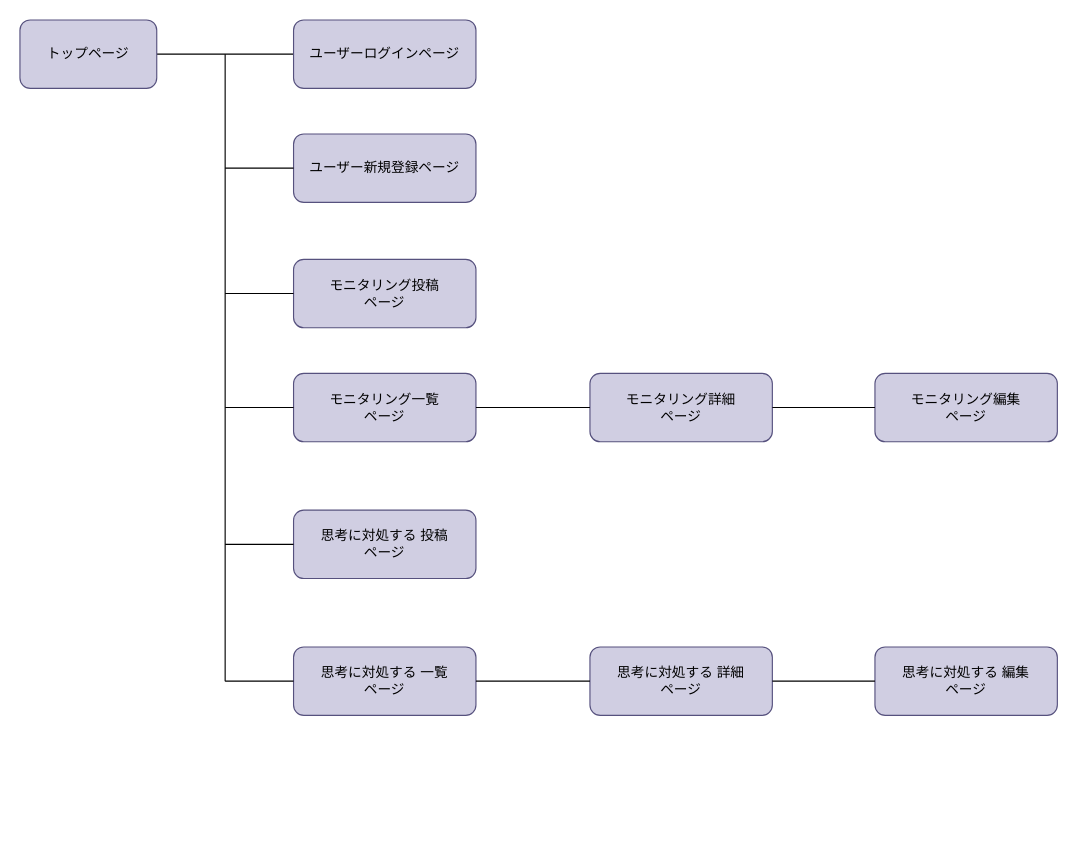
This is 画面遷移図.dio from iguanakun/mental-app, a draw.io file, before an edit. Source tidied: cells renumbered, new cells numbered last; positions are measured from the earlier drawing's top-left corner, leaving out a move shared by most shapes. Both pictures are drawn from the tidied source at 114%, with x=0, y=0 at pixel (19, 19).
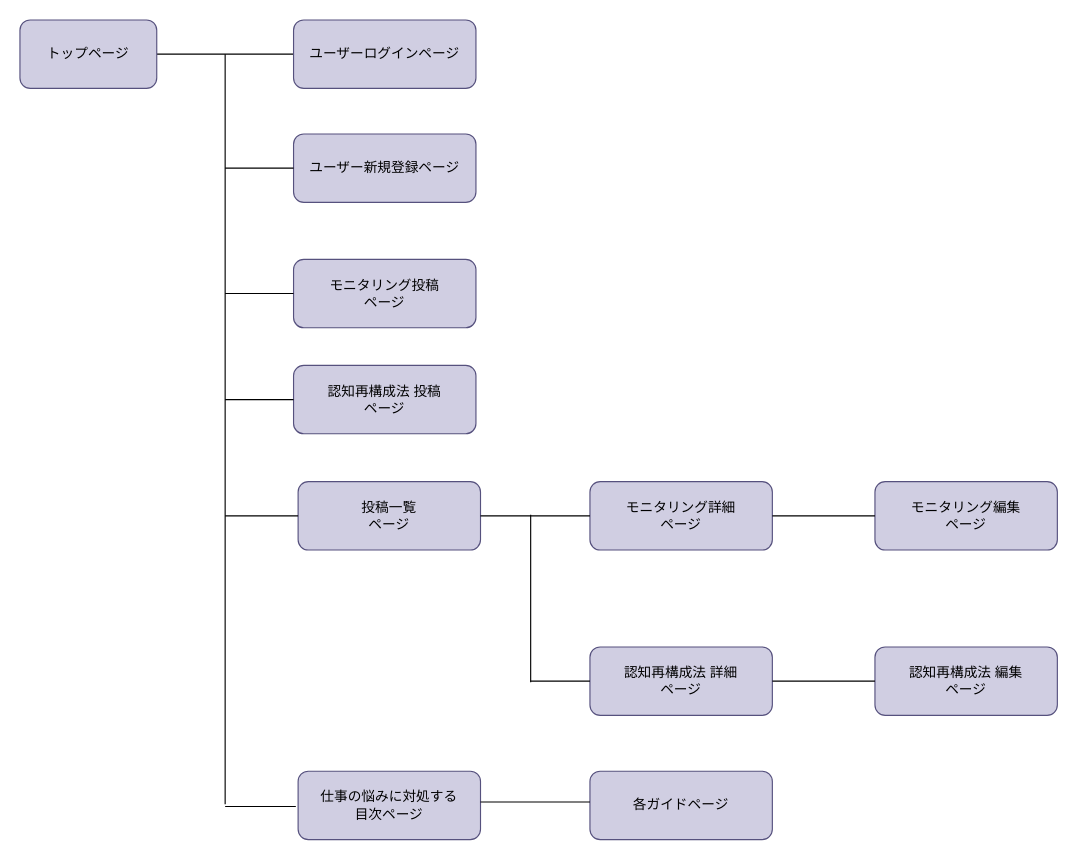
After the change.

Commit message (it also covers changes not shown here):
画面遷移図

Diff of the diagram source:
```diff
@@
-    <mxCell id="7" value="&lt;font color=&quot;#000000&quot;&gt;モニタリング一覧&lt;/font&gt;&lt;font color=&quot;#000000&quot;&gt;&lt;br&gt;ページ&lt;/font&gt;" style="rounded=1;whiteSpace=wrap;html=1;fillColor=#d0cee2;strokeColor=#56517e;" parent="1" vertex="1">
-      <mxGeometry x="240" y="310" width="160" height="60" as="geometry" />
+    <mxCell id="7" value="&lt;font color=&quot;#000000&quot;&gt;投稿一覧&lt;/font&gt;&lt;font color=&quot;#000000&quot;&gt;&lt;br&gt;ページ&lt;/font&gt;" style="rounded=1;whiteSpace=wrap;html=1;fillColor=#d0cee2;strokeColor=#56517e;" parent="1" vertex="1">
+      <mxGeometry x="244" y="405" width="160" height="60" as="geometry" />
     </mxCell>
     <mxCell id="8" value="&lt;font color=&quot;#000000&quot;&gt;モニタリング詳細&lt;/font&gt;&lt;span style=&quot;color: rgba(0, 0, 0, 0); font-family: monospace; font-size: 0px; text-align: start;&quot;&gt;%3CmxGraphModel%3E%3Croot%3E%3CmxCell%20id%3D%220%22%2F%3E%3CmxCell%20id%3D%221%22%20parent%3D%220%22%2F%3E%3CmxCell%20id%3D%222%22%20value%3D%22%26lt%3Bfont%20color%3D%26quot%3B%23000000%26quot%3B%26gt%3B%E3%83%A6%E3%83%BC%E3%82%B6%E3%83%BC%E6%96%B0%E8%A6%8F%E7%99%BB%E9%8C%B2%E3%83%9A%E3%83%BC%E3%82%B8%26lt%3B%2Ffont%26gt%3B%22%20style%3D%22rounded%3D1%3BwhiteSpace%3Dwrap%3Bhtml%3D1%3BfillColor%3D%23d0cee2%3BstrokeColor%3D%2356517e%3B%22%20vertex%3D%221%22%20parent%3D%221%22%3E%3CmxGeometry%20x%3D%22310%22%20y%3D%22160%22%20width%3D%22160%22%20height%3D%2260%22%20as%3D%22geometry%22%2F%3E%3C%2FmxCell%3E%3C%2Froot%3E%3C%2FmxGraphModel%3E完了&lt;br&gt;&lt;/span&gt;&lt;font color=&quot;#000000&quot;&gt;ページ&lt;/font&gt;" style="rounded=1;whiteSpace=wrap;html=1;fillColor=#d0cee2;strokeColor=#56517e;" parent="1" vertex="1">
-      <mxGeometry x="500" y="310" width="160" height="60" as="geometry" />
+      <mxGeometry x="500" y="405" width="160" height="60" as="geometry" />
     </mxCell>
     <mxCell id="9" value="&lt;font color=&quot;#000000&quot;&gt;モニタリング編集&lt;/font&gt;&lt;span style=&quot;color: rgba(0, 0, 0, 0); font-family: monospace; font-size: 0px; text-align: start;&quot;&gt;%3CmxGraphModel%3E%3Croot%3E%3CmxCell%20id%3D%220%22%2F%3E%3CmxCell%20id%3D%221%22%20parent%3D%220%22%2F%3E%3CmxCell%20id%3D%222%22%20value%3D%22%26lt%3Bfont%20color%3D%26quot%3B%23000000%26quot%3B%26gt%3B%E3%83%A6%E3%83%BC%E3%82%B6%E3%83%BC%E6%96%B0%E8%A6%8F%E7%99%BB%E9%8C%B2%E3%83%9A%E3%83%BC%E3%82%B8%26lt%3B%2Ffont%26gt%3B%22%20style%3D%22rounded%3D1%3BwhiteSpace%3Dwrap%3Bhtml%3D1%3BfillColor%3D%23d0cee2%3BstrokeColor%3D%2356517e%3B%22%20vertex%3D%221%22%20parent%3D%221%22%3E%3CmxGeometry%20x%3D%22310%22%20y%3D%22160%22%20width%3D%22160%22%20height%3D%2260%22%20as%3D%22geometry%22%2F%3E%3C%2FmxCell%3E%3C%2Froot%3E%3C%2FmxGraphModel%3E完了&lt;br&gt;&lt;/span&gt;&lt;font color=&quot;#000000&quot;&gt;ページ&lt;/font&gt;" style="rounded=1;whiteSpace=wrap;html=1;fillColor=#d0cee2;strokeColor=#56517e;" parent="1" vertex="1">
-      <mxGeometry x="750" y="310" width="160" height="60" as="geometry" />
+      <mxGeometry x="750" y="405" width="160" height="60" as="geometry" />
     </mxCell>
     <mxCell id="10" style="edgeStyle=none;html=1;fontColor=#000000;endArrow=none;endFill=0;strokeColor=#000000;" parent="1" edge="1">
       <mxGeometry relative="1" as="geometry">
         <mxPoint x="180" y="30" as="sourcePoint" />
-        <mxPoint x="180" y="580" as="targetPoint" />
+        <mxPoint x="180" y="688" as="targetPoint" />
       </mxGeometry>
     </mxCell>
@@
     <mxCell id="13" style="edgeStyle=none;html=1;fontColor=#000000;endArrow=none;endFill=0;exitX=0;exitY=0.5;exitDx=0;exitDy=0;strokeColor=#000000;" parent="1" edge="1" source="7">
       <mxGeometry relative="1" as="geometry">
-        <mxPoint x="180" y="340" as="targetPoint" />
+        <mxPoint x="180" y="435" as="targetPoint" />
       </mxGeometry>
     </mxCell>
@@
-    <mxCell id="16" value="&lt;font color=&quot;#000000&quot;&gt;思考に対処する 投稿&lt;/font&gt;&lt;font color=&quot;#000000&quot;&gt;&lt;br&gt;ページ&lt;/font&gt;" style="rounded=1;whiteSpace=wrap;html=1;fillColor=#d0cee2;strokeColor=#56517e;" parent="1" vertex="1">
-      <mxGeometry x="240" y="430" width="160" height="60" as="geometry" />
+    <mxCell id="16" value="&lt;font color=&quot;#000000&quot;&gt;認知再構成法 投稿&lt;/font&gt;&lt;font color=&quot;#000000&quot;&gt;&lt;br&gt;ページ&lt;/font&gt;" style="rounded=1;whiteSpace=wrap;html=1;fillColor=#d0cee2;strokeColor=#56517e;" parent="1" vertex="1">
+      <mxGeometry x="240" y="303" width="160" height="60" as="geometry" />
     </mxCell>
-    <mxCell id="17" value="&lt;font color=&quot;#000000&quot;&gt;思考に対処する 一覧&lt;/font&gt;&lt;font color=&quot;#000000&quot;&gt;&lt;br&gt;ページ&lt;/font&gt;" style="rounded=1;whiteSpace=wrap;html=1;fillColor=#d0cee2;strokeColor=#56517e;" parent="1" vertex="1">
-      <mxGeometry x="240" y="550" width="160" height="60" as="geometry" />
-    </mxCell>
-    <mxCell id="18" value="&lt;font color=&quot;#000000&quot;&gt;思考に対処する 詳細&lt;/font&gt;&lt;font color=&quot;#000000&quot;&gt;&lt;br&gt;ページ&lt;/font&gt;" style="rounded=1;whiteSpace=wrap;html=1;fillColor=#d0cee2;strokeColor=#56517e;" parent="1" vertex="1">
+    <mxCell id="18" value="&lt;span style=&quot;color: rgb(0, 0, 0);&quot;&gt;認知再構成法&lt;/span&gt;&lt;font color=&quot;#000000&quot;&gt;&amp;nbsp;詳細&lt;/font&gt;&lt;font color=&quot;#000000&quot;&gt;&lt;br&gt;ページ&lt;/font&gt;" style="rounded=1;whiteSpace=wrap;html=1;fillColor=#d0cee2;strokeColor=#56517e;" parent="1" vertex="1">
       <mxGeometry x="500" y="550" width="160" height="60" as="geometry" />
     </mxCell>
-    <mxCell id="19" value="&lt;font color=&quot;#000000&quot;&gt;思考に対処する 編集&lt;/font&gt;&lt;font color=&quot;#000000&quot;&gt;&lt;br&gt;ページ&lt;/font&gt;" style="rounded=1;whiteSpace=wrap;html=1;fillColor=#d0cee2;strokeColor=#56517e;" parent="1" vertex="1">
+    <mxCell id="19" value="&lt;span style=&quot;color: rgb(0, 0, 0);&quot;&gt;認知再構成法&lt;/span&gt;&lt;font color=&quot;#000000&quot;&gt;&amp;nbsp;編集&lt;/font&gt;&lt;font color=&quot;#000000&quot;&gt;&lt;br&gt;ページ&lt;/font&gt;" style="rounded=1;whiteSpace=wrap;html=1;fillColor=#d0cee2;strokeColor=#56517e;" parent="1" vertex="1">
       <mxGeometry x="750" y="550" width="160" height="60" as="geometry" />
     </mxCell>
     <mxCell id="20" style="edgeStyle=none;html=1;fontColor=#000000;endArrow=none;endFill=0;exitX=0;exitY=0.5;exitDx=0;exitDy=0;strokeColor=#000000;" parent="1" edge="1" source="16">
       <mxGeometry relative="1" as="geometry">
-        <mxPoint x="180" y="460" as="targetPoint" />
+        <mxPoint x="180" y="333" as="targetPoint" />
       </mxGeometry>
     </mxCell>
-    <mxCell id="21" style="edgeStyle=none;html=1;fontColor=#000000;endArrow=none;endFill=0;exitX=0;exitY=0.5;exitDx=0;exitDy=0;strokeColor=#000000;" parent="1" edge="1" source="17">
+    <mxCell id="21" style="edgeStyle=none;html=1;fontColor=#000000;endArrow=none;endFill=0;strokeColor=#000000;" parent="1" edge="1">
       <mxGeometry relative="1" as="geometry">
-        <mxPoint x="180" y="580" as="targetPoint" />
+        <mxPoint x="448" y="581" as="sourcePoint" />
+        <mxPoint x="448" y="434" as="targetPoint" />
       </mxGeometry>
     </mxCell>
-    <mxCell id="22" style="edgeStyle=none;html=1;fontColor=#000000;endArrow=none;endFill=0;exitX=0;exitY=0.5;exitDx=0;exitDy=0;entryX=1;entryY=0.5;entryDx=0;entryDy=0;strokeColor=#000000;" parent="1" edge="1" source="18" target="17">
-      <mxGeometry relative="1" as="geometry" />
+    <mxCell id="22" style="edgeStyle=none;html=1;fontColor=#000000;endArrow=none;endFill=0;exitX=0;exitY=0.5;exitDx=0;exitDy=0;strokeColor=#000000;" parent="1" edge="1" source="18">
+      <mxGeometry relative="1" as="geometry">
+        <mxPoint x="448" y="580" as="targetPoint" />
+      </mxGeometry>
     </mxCell>
@@
+    <mxCell id="24" value="&lt;font color=&quot;#000000&quot;&gt;仕事の悩みに対処する&lt;br&gt;目次ページ&lt;/font&gt;" style="rounded=1;whiteSpace=wrap;html=1;fillColor=#d0cee2;strokeColor=#56517e;" parent="1" vertex="1">
+      <mxGeometry x="244" y="659" width="160" height="60" as="geometry" />
+    </mxCell>
+    <mxCell id="25" value="&lt;font color=&quot;#000000&quot;&gt;各ガイドページ&lt;/font&gt;" style="rounded=1;whiteSpace=wrap;html=1;fillColor=#d0cee2;strokeColor=#56517e;" parent="1" vertex="1">
+      <mxGeometry x="500" y="659" width="160" height="60" as="geometry" />
+    </mxCell>
+    <mxCell id="26" style="edgeStyle=none;html=1;fontColor=#000000;endArrow=none;endFill=0;strokeColor=#000000;" parent="1" edge="1">
+      <mxGeometry relative="1" as="geometry">
+        <mxPoint x="242" y="690" as="sourcePoint" />
+        <mxPoint x="180" y="690" as="targetPoint" />
+      </mxGeometry>
+    </mxCell>
+    <mxCell id="27" style="endArrow=none;html=1;fontColor=#000000;entryX=1;entryY=0.5;entryDx=0;entryDy=0;exitX=0;exitY=0.5;exitDx=0;exitDy=0;strokeColor=#000000;" parent="1" edge="1">
+      <mxGeometry relative="1" as="geometry">
+        <mxPoint x="500" y="686" as="sourcePoint" />
+        <mxPoint x="404" y="686" as="targetPoint" />
+      </mxGeometry>
+    </mxCell>
```
